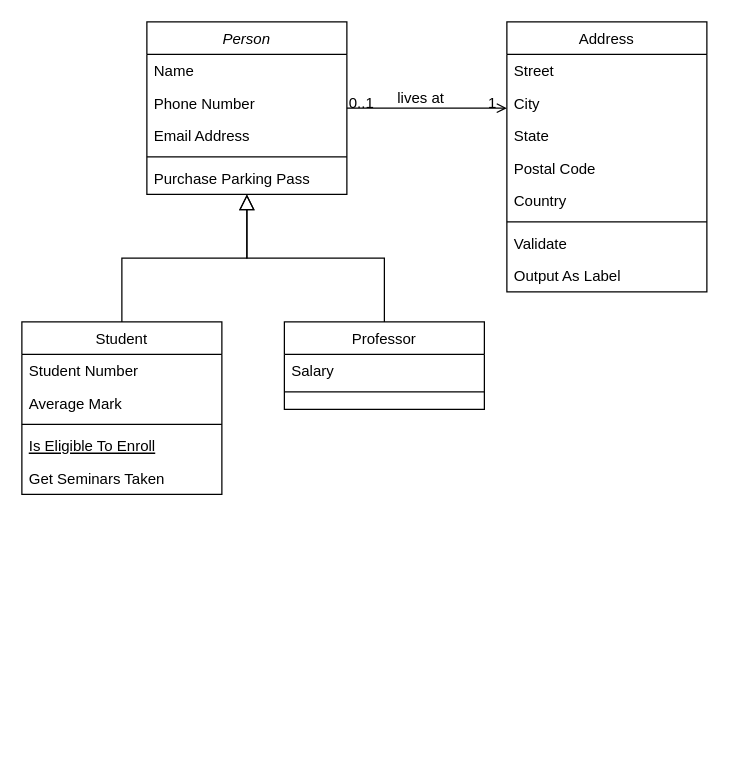
This is Namnlöst diagram.drawio from linflas/draw.io, a draw.io file, before an edit. Source tidied: cells renumbered, new cells numbered last; positions are measured from the earlier drawing's top-left corner, leaving out a move shared by most shapes. Both pictures are drawn from the tidied source at 125%, with x=0, y=0 at pixel (21, 21).
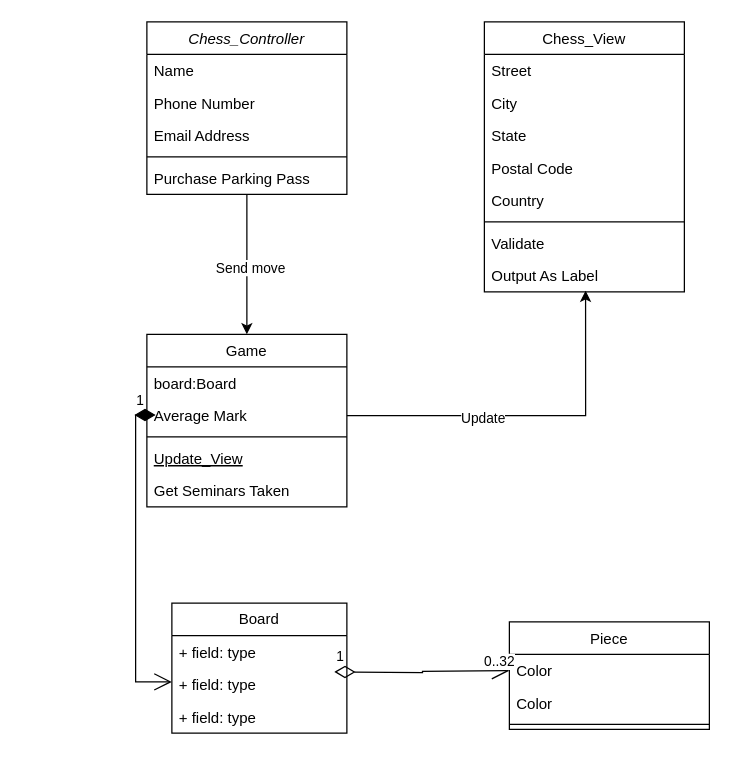
After the change.

The change refers to these unchanged cells:
```xml
<mxCell id="10" value="Average Mark" style="text;align=left;verticalAlign=top;spacingLeft=4;spacingRight=4;overflow=hidden;points=[[0,0.5],[1,0.5]];portConstraint=eastwest;rounded=0;shadow=0;html=0;" parent="8" vertex="1">
  <mxGeometry y="52" width="160" height="26" as="geometry" />
</mxCell>
<mxCell id="27" value="Output As Label" style="text;align=left;verticalAlign=top;spacingLeft=4;spacingRight=4;overflow=hidden;points=[[0,0.5],[1,0.5]];portConstraint=eastwest;" parent="19" vertex="1">
  <mxGeometry y="190" width="160" height="26" as="geometry" />
</mxCell>
```

What changed in the source:
```diff
@@
+    <mxCell id="32" style="edgeStyle=orthogonalEdgeStyle;rounded=0;jettySize=auto;html=1;entryX=0.5;entryY=0;entryDx=0;entryDy=0;" parent="1" edge="1" source="2" target="8">
+      <mxGeometry relative="1" as="geometry" />
+    </mxCell>
+    <mxCell id="33" value="Send move" style="edgeLabel;html=1;align=center;verticalAlign=middle;" parent="32" vertex="1">
+      <mxGeometry x="0.04" y="2" relative="1" as="geometry" />
+    </mxCell>
-    <mxCell id="2" value="Person" style="swimlane;fontStyle=2;align=center;verticalAlign=top;horizontal=1;startSize=26;rounded=0;shadow=0;strokeWidth=1;" parent="1" vertex="1">
+    <mxCell id="2" value="Chess_Controller" style="swimlane;fontStyle=2;align=center;verticalAlign=top;horizontal=1;startSize=26;rounded=0;shadow=0;strokeWidth=1;" parent="1" vertex="1">
       <mxGeometry x="100" width="160" height="138" as="geometry" />
     </mxCell>
@@
-    <mxCell id="8" value="Student" style="swimlane;fontStyle=0;align=center;verticalAlign=top;horizontal=1;startSize=26;rounded=0;shadow=0;strokeWidth=1;" parent="1" vertex="1">
-      <mxGeometry y="240" width="160" height="138" as="geometry" />
+    <mxCell id="8" value="Game" style="swimlane;fontStyle=0;align=center;verticalAlign=top;horizontal=1;startSize=26;rounded=0;shadow=0;strokeWidth=1;" parent="1" vertex="1">
+      <mxGeometry x="100" y="250" width="160" height="138" as="geometry" />
     </mxCell>
-    <mxCell id="9" value="Student Number" style="text;align=left;verticalAlign=top;spacingLeft=4;spacingRight=4;overflow=hidden;" parent="8" vertex="1">
+    <mxCell id="9" value="board:Board" style="text;align=left;verticalAlign=top;spacingLeft=4;spacingRight=4;overflow=hidden;" parent="8" vertex="1">
       <mxGeometry y="26" width="160" height="26" as="geometry" />
     </mxCell>
@@
+    <mxCell id="34" value="1" style="endArrow=open;html=1;endSize=12;startArrow=diamondThin;startSize=14;startFill=1;edgeStyle=orthogonalEdgeStyle;align=left;verticalAlign=bottom;rounded=0;" parent="8" edge="1" target="40">
+      <mxGeometry x="-1" y="3" relative="1" as="geometry">
+        <mxPoint x="-10" y="64.5" as="sourcePoint" />
+        <Array as="points">
+          <mxPoint x="-9" y="65" />
+          <mxPoint x="-9" y="278" />
+        </Array>
+      </mxGeometry>
+    </mxCell>
@@
-    <mxCell id="12" value="Is Eligible To Enroll" style="text;align=left;verticalAlign=top;spacingLeft=4;spacingRight=4;overflow=hidden;fontStyle=4;" parent="8" vertex="1">
+    <mxCell id="12" value="Update_View" style="text;align=left;verticalAlign=top;spacingLeft=4;spacingRight=4;overflow=hidden;fontStyle=4;" parent="8" vertex="1">
       <mxGeometry y="86" width="160" height="26" as="geometry" />
     </mxCell>
@@
-    <mxCell id="14" style="endArrow=block;endSize=10;endFill=0;shadow=0;strokeWidth=1;rounded=0;edgeStyle=elbowEdgeStyle;elbow=vertical;" parent="1" edge="1" source="8" target="2">
-      <mxGeometry relative="1" as="geometry" />
-    </mxCell>
-    <mxCell id="15" value="Professor" style="swimlane;fontStyle=0;align=center;verticalAlign=top;horizontal=1;startSize=26;rounded=0;shadow=0;strokeWidth=1;" parent="1" vertex="1">
-      <mxGeometry x="210" y="240" width="160" height="70" as="geometry" />
+    <mxCell id="15" value="Piece" style="swimlane;fontStyle=0;align=center;verticalAlign=top;horizontal=1;startSize=26;rounded=0;shadow=0;strokeWidth=1;" parent="1" vertex="1">
+      <mxGeometry x="390" y="480" width="160" height="86" as="geometry" />
     </mxCell>
+    <mxCell id="35" value="Color" style="text;align=left;verticalAlign=top;spacingLeft=4;spacingRight=4;overflow=hidden;" parent="15" vertex="1">
+      <mxGeometry y="26" width="160" height="26" as="geometry" />
+    </mxCell>
-    <mxCell id="16" value="Salary" style="text;align=left;verticalAlign=top;spacingLeft=4;spacingRight=4;overflow=hidden;" parent="15" vertex="1">
-      <mxGeometry y="26" width="160" height="26" as="geometry" />
+    <mxCell id="16" value="Color" style="text;align=left;verticalAlign=top;spacingLeft=4;spacingRight=4;overflow=hidden;" parent="15" vertex="1">
+      <mxGeometry y="52" width="160" height="26" as="geometry" />
     </mxCell>
     <mxCell id="17" style="line;html=1;strokeWidth=1;align=left;verticalAlign=middle;spacingTop=-1;spacingLeft=3;spacingRight=3;labelPosition=right;" parent="15" vertex="1">
-      <mxGeometry y="52" width="160" height="8" as="geometry" />
+      <mxGeometry y="78" width="160" height="8" as="geometry" />
     </mxCell>
-    <mxCell id="18" style="endArrow=block;endSize=10;endFill=0;shadow=0;strokeWidth=1;rounded=0;edgeStyle=elbowEdgeStyle;elbow=vertical;" parent="1" edge="1" source="15" target="2">
-      <mxGeometry relative="1" as="geometry" />
-    </mxCell>
-    <mxCell id="19" value="Address" style="swimlane;fontStyle=0;align=center;verticalAlign=top;horizontal=1;startSize=26;rounded=0;shadow=0;strokeWidth=1;" parent="1" vertex="1">
-      <mxGeometry x="388" width="160" height="216" as="geometry" />
+    <mxCell id="19" value="Chess_View" style="swimlane;fontStyle=0;align=center;verticalAlign=top;horizontal=1;startSize=26;rounded=0;shadow=0;strokeWidth=1;" parent="1" vertex="1">
+      <mxGeometry x="370" width="160" height="216" as="geometry" />
     </mxCell>
@@
-    <mxCell id="28" style="endArrow=open;shadow=0;strokeWidth=1;rounded=0;endFill=1;edgeStyle=elbowEdgeStyle;elbow=vertical;" parent="1" edge="1" source="2" target="19">
-      <mxGeometry x="0.5" y="41" relative="1" as="geometry">
-        <mxPoint x="-40" y="32" as="offset" />
-      </mxGeometry>
-    </mxCell>
-    <mxCell id="29" value="0..1" style="align=left;verticalAlign=bottom;labelBackgroundColor=none;fontSize=12;" parent="28" vertex="1">
-      <mxGeometry x="-1" relative="1" as="geometry">
-        <mxPoint y="4" as="offset" />
-      </mxGeometry>
-    </mxCell>
-    <mxCell id="30" value="1" style="align=right;verticalAlign=bottom;labelBackgroundColor=none;fontSize=12;" parent="28" vertex="1">
-      <mxGeometry x="1" relative="1" as="geometry">
-        <mxPoint x="-7" y="4" as="offset" />
-      </mxGeometry>
-    </mxCell>
-    <mxCell id="31" value="lives at" style="text;html=1;align=center;verticalAlign=middle;labelBackgroundColor=none;rounded=0;shadow=0;strokeWidth=1;fontSize=12;" parent="28" vertex="1">
-      <mxGeometry x="0.5" y="49" relative="1" as="geometry">
-        <mxPoint x="-38" y="40" as="offset" />
-      </mxGeometry>
-    </mxCell>
+    <mxCell id="36" style="edgeStyle=orthogonalEdgeStyle;rounded=0;jettySize=auto;html=1;entryX=0.506;entryY=0.962;entryDx=0;entryDy=0;entryPerimeter=0;" parent="1" edge="1" source="10" target="27">
+      <mxGeometry relative="1" as="geometry" />
+    </mxCell>
+    <mxCell id="37" value="Update" style="edgeLabel;html=1;align=center;verticalAlign=middle;" parent="36" vertex="1">
+      <mxGeometry x="-0.26" y="-1" relative="1" as="geometry" />
+    </mxCell>
+    <mxCell id="38" value="Board" style="swimlane;fontStyle=0;horizontal=1;startSize=26;fillColor=none;whiteSpace=wrap;html=1;" parent="1" vertex="1">
+      <mxGeometry x="120" y="465" width="140" height="104" as="geometry" />
+    </mxCell>
+    <mxCell id="39" value="+ field: type" style="text;strokeColor=none;fillColor=none;align=left;verticalAlign=top;spacingLeft=4;spacingRight=4;overflow=hidden;whiteSpace=wrap;html=1;" parent="38" vertex="1">
+      <mxGeometry y="26" width="140" height="26" as="geometry" />
+    </mxCell>
+    <mxCell id="40" value="+ field: type" style="text;strokeColor=none;fillColor=none;align=left;verticalAlign=top;spacingLeft=4;spacingRight=4;overflow=hidden;points=[[0,0.5],[1,0.5]];portConstraint=eastwest;whiteSpace=wrap;html=1;" parent="38" vertex="1">
+      <mxGeometry y="52" width="140" height="26" as="geometry" />
+    </mxCell>
+    <mxCell id="41" value="+ field: type" style="text;strokeColor=none;fillColor=none;align=left;verticalAlign=top;spacingLeft=4;spacingRight=4;overflow=hidden;whiteSpace=wrap;html=1;" parent="38" vertex="1">
+      <mxGeometry y="78" width="140" height="26" as="geometry" />
+    </mxCell>
+    <mxCell id="42" value="1" style="endArrow=open;html=1;endSize=12;startArrow=diamondThin;startSize=14;startFill=0;edgeStyle=orthogonalEdgeStyle;align=left;verticalAlign=bottom;rounded=0;" parent="1" edge="1">
+      <mxGeometry x="-1" y="3" relative="1" as="geometry">
+        <mxPoint x="250" y="520" as="sourcePoint" />
+        <mxPoint x="390" y="519" as="targetPoint" />
+      </mxGeometry>
+    </mxCell>
+    <mxCell id="43" value="0..32" style="edgeLabel;html=1;align=center;verticalAlign=middle;" parent="42" vertex="1">
+      <mxGeometry x="0.89" y="8" relative="1" as="geometry" />
+    </mxCell>
```
